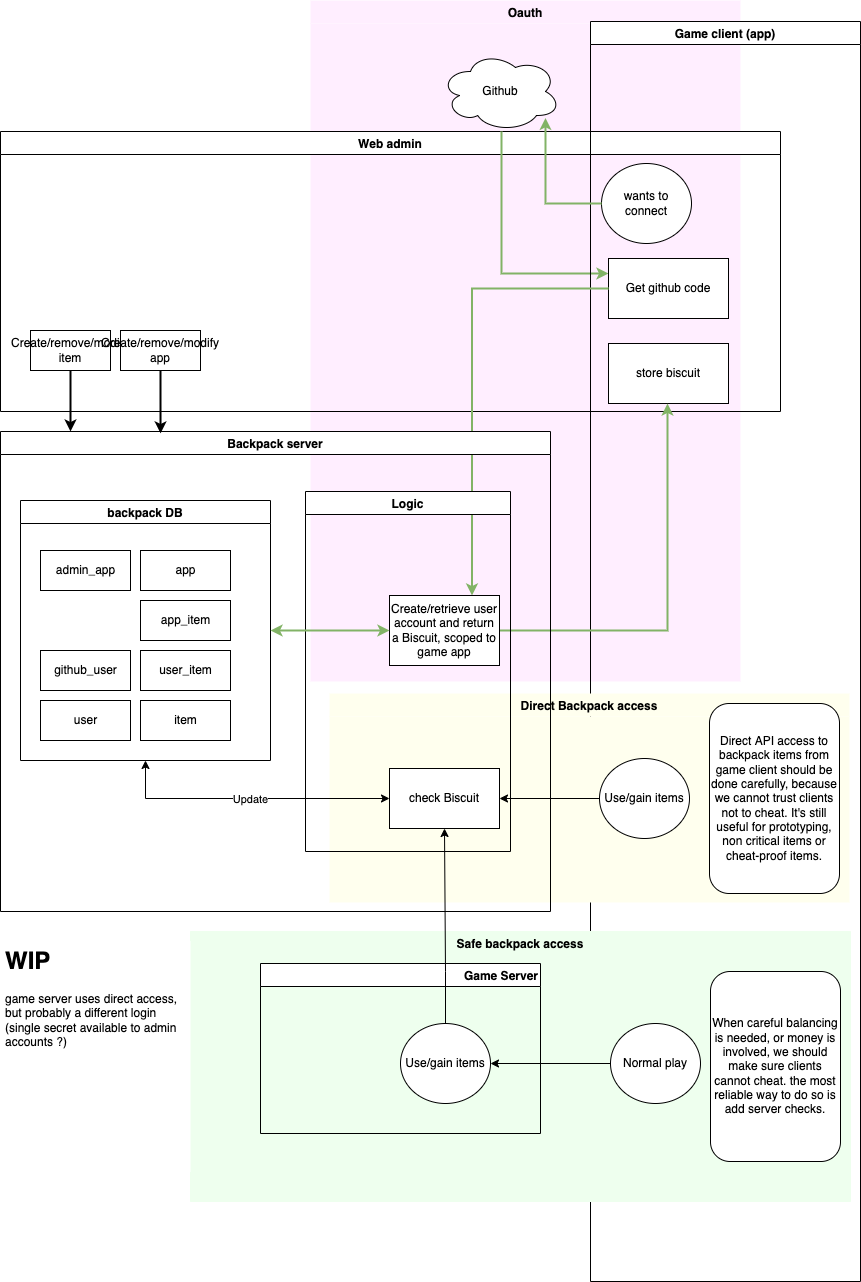
Before: Docs/Backpack.drawio.png, a diagram exported from draw.io (Vrixyz/backpack). Source tidied: cells renumbered, new cells last; positions are measured from the earlier drawing's top-left corner, leaving out a move shared by most shapes.
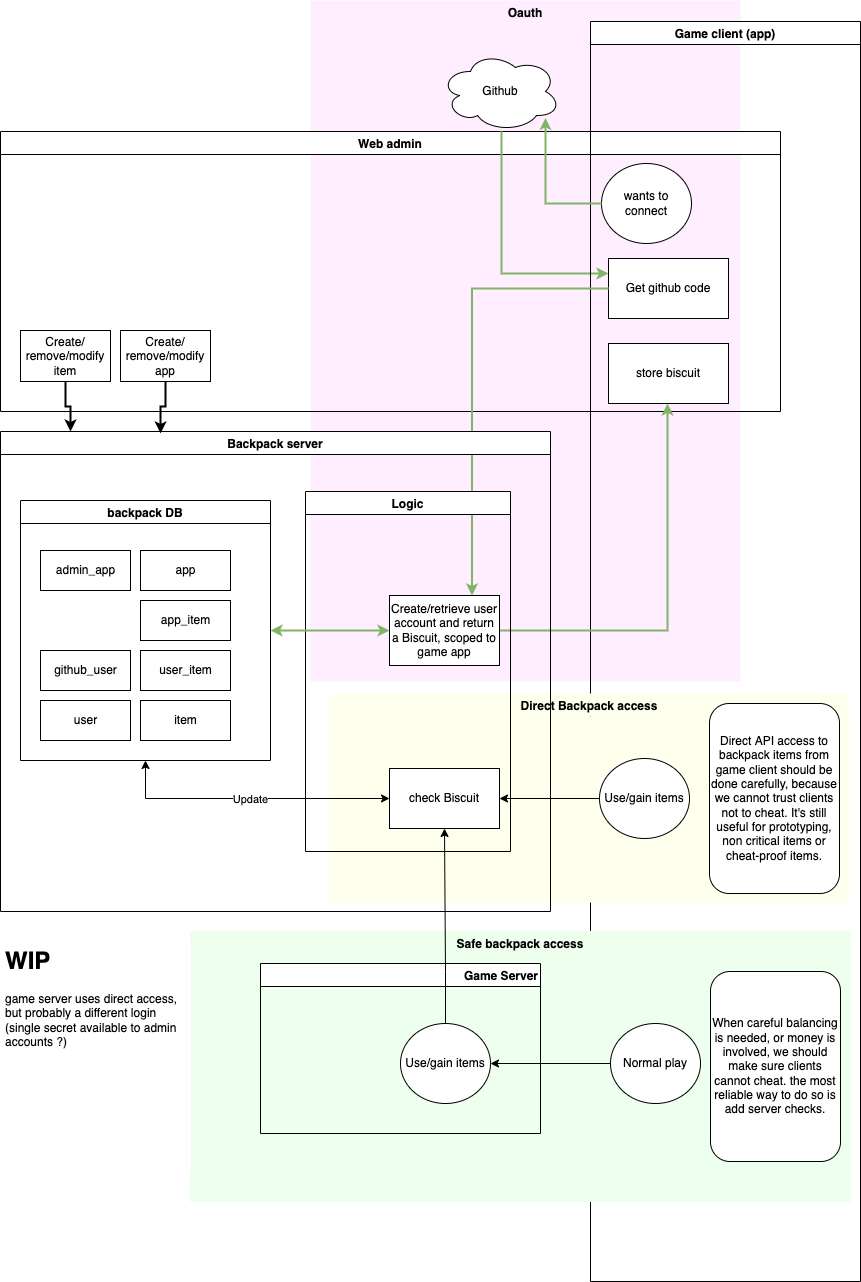
Above is the later version.

Commit message:
bigger admin graph

What changed in the source:
```diff
@@ -11,11 +11,11 @@
     <mxCell id="4" value="Web admin" style="swimlane;" parent="1" vertex="1">
       <mxGeometry y="131" width="780" height="280" as="geometry" />
     </mxCell>
-    <mxCell id="5" value="Create/remove/modify item" style="whiteSpace=wrap;html=1;rounded=0;" parent="4" vertex="1">
-      <mxGeometry x="30" y="199" width="80" height="40" as="geometry" />
+    <mxCell id="5" value="Create/&lt;br&gt;remove/modify item" style="whiteSpace=wrap;html=1;rounded=0;" parent="4" vertex="1">
+      <mxGeometry x="20" y="199" width="90" height="51" as="geometry" />
     </mxCell>
-    <mxCell id="6" value="Create/remove/modify app" style="whiteSpace=wrap;html=1;rounded=0;" parent="4" vertex="1">
-      <mxGeometry x="120" y="199" width="80" height="40" as="geometry" />
+    <mxCell id="6" value="Create/&lt;br&gt;remove/modify app" style="whiteSpace=wrap;html=1;rounded=0;" parent="4" vertex="1">
+      <mxGeometry x="120" y="199" width="90" height="51" as="geometry" />
     </mxCell>
     <mxCell id="7" style="edgeStyle=orthogonalEdgeStyle;rounded=0;jettySize=auto;html=1;entryX=0;entryY=0.25;entryDx=0;entryDy=0;fillColor=#d5e8d4;strokeColor=#82b366;strokeWidth=2;" parent="1" edge="1" source="3" target="11">
       <mxGeometry relative="1" as="geometry">
```
